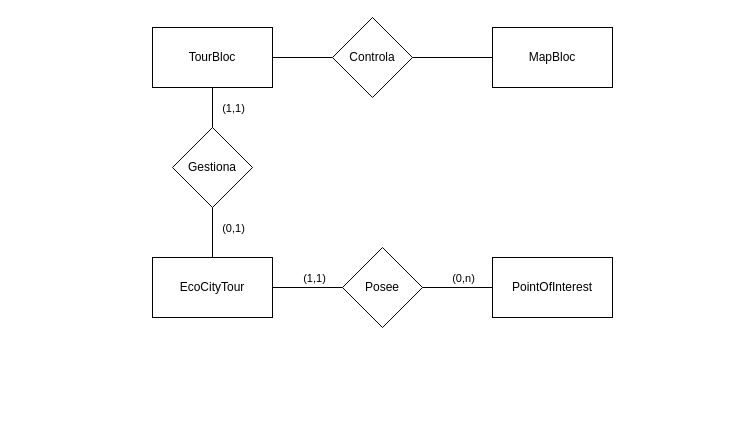
fps1001/TFGII_FPisot keeps this draw.io diagram as project-docs/memoriaTFGII_FPisot/diagrams/entidades.drawio. Above is the earlier version. Source tidied: cells renumbered, new cells numbered last; positions are measured from the earlier drawing's top-left corner, leaving out a move shared by most shapes. Both pictures are drawn from the tidied source at 100%, with x=0, y=0 at pixel (152, 17).
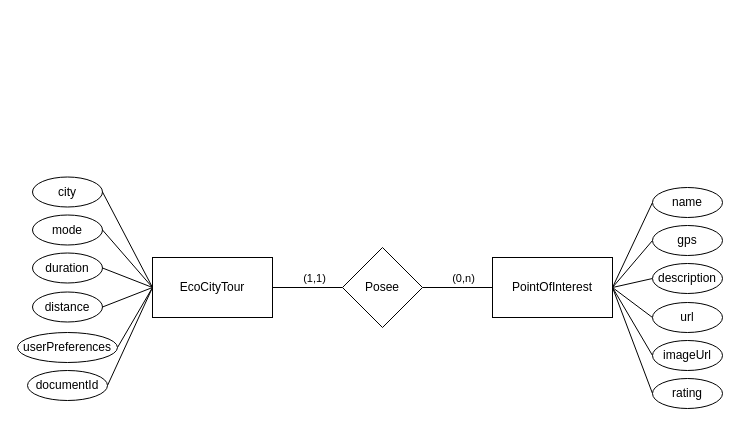
After the change.

Unchanged cells that the change refers to:
```xml
<mxCell id="4" value="EcoCityTour" style="rounded=0;whiteSpace=wrap;html=1;" parent="1" vertex="1">
  <mxGeometry y="240" width="120" height="60" as="geometry" />
</mxCell>
<mxCell id="5" value="PointOfInterest" style="rounded=0;whiteSpace=wrap;html=1;" parent="1" vertex="1">
  <mxGeometry x="340" y="240" width="120" height="60" as="geometry" />
</mxCell>
```

The edit, as a diff of the source:
```diff
@@
-    <mxCell id="6" style="edgeStyle=none;html=1;entryX=0;entryY=0.5;entryDx=0;entryDy=0;endArrow=none;endFill=0;" parent="1" edge="1" source="7" target="18">
-      <mxGeometry relative="1" as="geometry" />
-    </mxCell>
-    <mxCell id="7" value="TourBloc" style="rounded=0;whiteSpace=wrap;html=1;" parent="1" vertex="1">
-      <mxGeometry y="10" width="120" height="60" as="geometry" />
-    </mxCell>
-    <mxCell id="8" value="MapBloc" style="rounded=0;whiteSpace=wrap;html=1;" parent="1" vertex="1">
-      <mxGeometry x="340" y="10" width="120" height="60" as="geometry" />
-    </mxCell>
@@
-    <mxCell id="12" style="edgeStyle=none;html=1;endArrow=none;endFill=0;" parent="1" edge="1" source="16">
-      <mxGeometry relative="1" as="geometry">
-        <mxPoint x="60" y="240" as="targetPoint" />
-      </mxGeometry>
-    </mxCell>
-    <mxCell id="13" value="(0,1)" style="edgeLabel;html=1;align=center;verticalAlign=middle;" parent="12" vertex="1">
-      <mxGeometry x="-0.4" relative="1" as="geometry">
-        <mxPoint x="20" y="5" as="offset" />
-      </mxGeometry>
-    </mxCell>
-    <mxCell id="14" style="edgeStyle=none;html=1;endArrow=none;endFill=0;" parent="1" edge="1" source="16">
-      <mxGeometry relative="1" as="geometry">
-        <mxPoint x="60" y="70" as="targetPoint" />
-      </mxGeometry>
-    </mxCell>
-    <mxCell id="15" value="(1,1)" style="edgeLabel;html=1;align=center;verticalAlign=middle;" parent="14" vertex="1">
-      <mxGeometry x="0.35" y="-2" relative="1" as="geometry">
-        <mxPoint x="18" y="7" as="offset" />
-      </mxGeometry>
-    </mxCell>
-    <mxCell id="16" value="Gestiona" style="rhombus;whiteSpace=wrap;html=1;" parent="1" vertex="1">
-      <mxGeometry x="20" y="110" width="80" height="80" as="geometry" />
-    </mxCell>
-    <mxCell id="17" style="edgeStyle=none;html=1;entryX=0;entryY=0.5;entryDx=0;entryDy=0;endArrow=none;endFill=0;" parent="1" edge="1" source="18" target="8">
-      <mxGeometry relative="1" as="geometry" />
-    </mxCell>
-    <mxCell id="18" value="Controla" style="rhombus;whiteSpace=wrap;html=1;" parent="1" vertex="1">
-      <mxGeometry x="180" width="80" height="80" as="geometry" />
-    </mxCell>
+    <mxCell id="19" style="edgeStyle=none;html=1;exitX=0;exitY=0.5;exitDx=0;exitDy=0;entryX=1;entryY=0.5;entryDx=0;entryDy=0;endArrow=none;endFill=0;" parent="1" edge="1" source="20" target="5">
+      <mxGeometry relative="1" as="geometry" />
+    </mxCell>
+    <mxCell id="20" value="name" style="ellipse;whiteSpace=wrap;html=1;" parent="1" vertex="1">
+      <mxGeometry x="500" y="170" width="70" height="30" as="geometry" />
+    </mxCell>
+    <mxCell id="21" style="edgeStyle=none;html=1;exitX=0;exitY=0.5;exitDx=0;exitDy=0;entryX=1;entryY=0.5;entryDx=0;entryDy=0;endArrow=none;endFill=0;" parent="1" edge="1" source="22" target="5">
+      <mxGeometry relative="1" as="geometry" />
+    </mxCell>
+    <mxCell id="22" value="description" style="ellipse;whiteSpace=wrap;html=1;" parent="1" vertex="1">
+      <mxGeometry x="500" y="246" width="70" height="30" as="geometry" />
+    </mxCell>
+    <mxCell id="23" style="edgeStyle=none;html=1;exitX=0;exitY=0.5;exitDx=0;exitDy=0;endArrow=none;endFill=0;" parent="1" edge="1" source="24">
+      <mxGeometry relative="1" as="geometry">
+        <mxPoint x="460" y="270" as="targetPoint" />
+      </mxGeometry>
+    </mxCell>
+    <mxCell id="24" value="url" style="ellipse;whiteSpace=wrap;html=1;" parent="1" vertex="1">
+      <mxGeometry x="500" y="285" width="70" height="30" as="geometry" />
+    </mxCell>
+    <mxCell id="25" style="edgeStyle=none;html=1;exitX=0;exitY=0.5;exitDx=0;exitDy=0;endArrow=none;endFill=0;" parent="1" edge="1" source="26">
+      <mxGeometry relative="1" as="geometry">
+        <mxPoint x="460" y="270" as="targetPoint" />
+      </mxGeometry>
+    </mxCell>
+    <mxCell id="26" value="imageUrl" style="ellipse;whiteSpace=wrap;html=1;" parent="1" vertex="1">
+      <mxGeometry x="500" y="323" width="70" height="30" as="geometry" />
+    </mxCell>
+    <mxCell id="27" style="edgeStyle=none;html=1;exitX=0;exitY=0.5;exitDx=0;exitDy=0;endArrow=none;endFill=0;" parent="1" edge="1" source="28">
+      <mxGeometry relative="1" as="geometry">
+        <mxPoint x="460" y="270" as="targetPoint" />
+      </mxGeometry>
+    </mxCell>
+    <mxCell id="28" value="rating" style="ellipse;whiteSpace=wrap;html=1;" parent="1" vertex="1">
+      <mxGeometry x="500" y="361" width="70" height="30" as="geometry" />
+    </mxCell>
+    <mxCell id="29" style="edgeStyle=none;html=1;exitX=0;exitY=0.5;exitDx=0;exitDy=0;entryX=1;entryY=0.5;entryDx=0;entryDy=0;endArrow=none;endFill=0;" parent="1" edge="1" source="30" target="5">
+      <mxGeometry relative="1" as="geometry" />
+    </mxCell>
+    <mxCell id="30" value="gps" style="ellipse;whiteSpace=wrap;html=1;" parent="1" vertex="1">
+      <mxGeometry x="500" y="208" width="70" height="30" as="geometry" />
+    </mxCell>
+    <mxCell id="31" style="edgeStyle=none;html=1;exitX=1;exitY=0.5;exitDx=0;exitDy=0;entryX=0;entryY=0.5;entryDx=0;entryDy=0;endArrow=none;endFill=0;" parent="1" edge="1" source="32" target="4">
+      <mxGeometry relative="1" as="geometry" />
+    </mxCell>
+    <mxCell id="32" value="city" style="ellipse;whiteSpace=wrap;html=1;" parent="1" vertex="1">
+      <mxGeometry x="-120" y="159.5" width="70" height="30" as="geometry" />
+    </mxCell>
+    <mxCell id="33" style="edgeStyle=none;html=1;exitX=1;exitY=0.5;exitDx=0;exitDy=0;entryX=0;entryY=0.5;entryDx=0;entryDy=0;endArrow=none;endFill=0;" parent="1" edge="1" source="34" target="4">
+      <mxGeometry relative="1" as="geometry" />
+    </mxCell>
+    <mxCell id="34" value="duration" style="ellipse;whiteSpace=wrap;html=1;" parent="1" vertex="1">
+      <mxGeometry x="-120" y="235.5" width="70" height="30" as="geometry" />
+    </mxCell>
+    <mxCell id="35" style="edgeStyle=none;html=1;exitX=1;exitY=0.5;exitDx=0;exitDy=0;endArrow=none;endFill=0;" parent="1" edge="1" source="36">
+      <mxGeometry relative="1" as="geometry">
+        <mxPoint y="270" as="targetPoint" />
+      </mxGeometry>
+    </mxCell>
+    <mxCell id="36" value="distance" style="ellipse;whiteSpace=wrap;html=1;" parent="1" vertex="1">
+      <mxGeometry x="-120" y="274.5" width="70" height="30" as="geometry" />
+    </mxCell>
+    <mxCell id="37" style="edgeStyle=none;html=1;exitX=1;exitY=0.5;exitDx=0;exitDy=0;entryX=0;entryY=0.5;entryDx=0;entryDy=0;endArrow=none;endFill=0;" parent="1" edge="1" source="38" target="4">
+      <mxGeometry relative="1" as="geometry" />
+    </mxCell>
+    <mxCell id="38" value="userPreferences" style="ellipse;whiteSpace=wrap;html=1;" parent="1" vertex="1">
+      <mxGeometry x="-135" y="315" width="100" height="30" as="geometry" />
+    </mxCell>
+    <mxCell id="39" style="edgeStyle=none;html=1;exitX=1;exitY=0.5;exitDx=0;exitDy=0;endArrow=none;endFill=0;" parent="1" edge="1" source="40">
+      <mxGeometry relative="1" as="geometry">
+        <mxPoint y="270" as="targetPoint" />
+      </mxGeometry>
+    </mxCell>
+    <mxCell id="40" value="documentId" style="ellipse;whiteSpace=wrap;html=1;" parent="1" vertex="1">
+      <mxGeometry x="-125" y="353" width="80" height="30" as="geometry" />
+    </mxCell>
+    <mxCell id="41" style="edgeStyle=none;html=1;exitX=1;exitY=0.5;exitDx=0;exitDy=0;endArrow=none;endFill=0;" parent="1" edge="1" source="42">
+      <mxGeometry relative="1" as="geometry">
+        <mxPoint y="270" as="targetPoint" />
+      </mxGeometry>
+    </mxCell>
+    <mxCell id="42" value="mode" style="ellipse;whiteSpace=wrap;html=1;" parent="1" vertex="1">
+      <mxGeometry x="-120" y="197.5" width="70" height="30" as="geometry" />
+    </mxCell>
```
